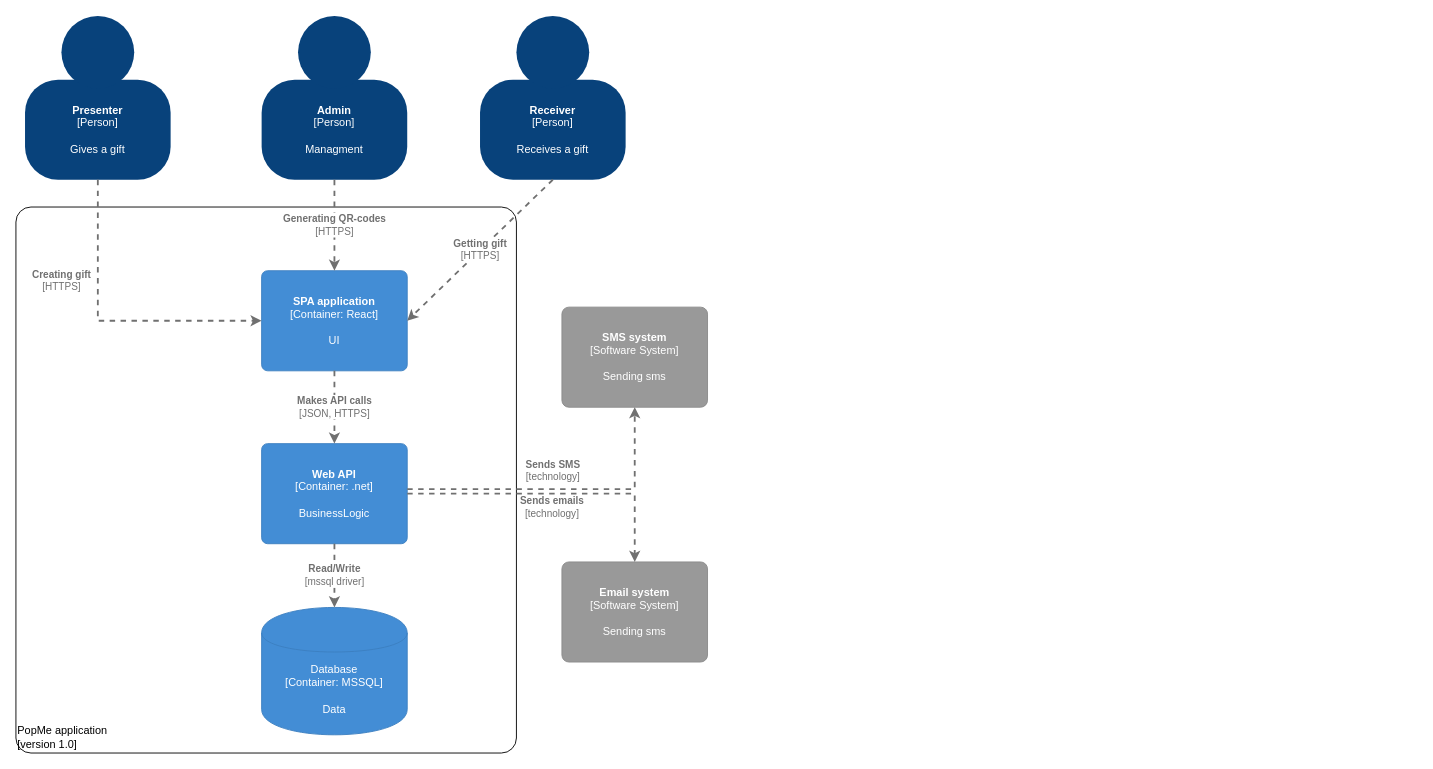
Before: Documentation/C4 - model.drawio in philomela/PopMe, a draw.io diagram. Source tidied: cells renumbered, new cells numbered last; positions are measured from the earlier drawing's top-left corner, leaving out a move shared by most shapes. Both pictures are drawn from the tidied source at 91%, with x=0, y=0 at pixel (15, 15).
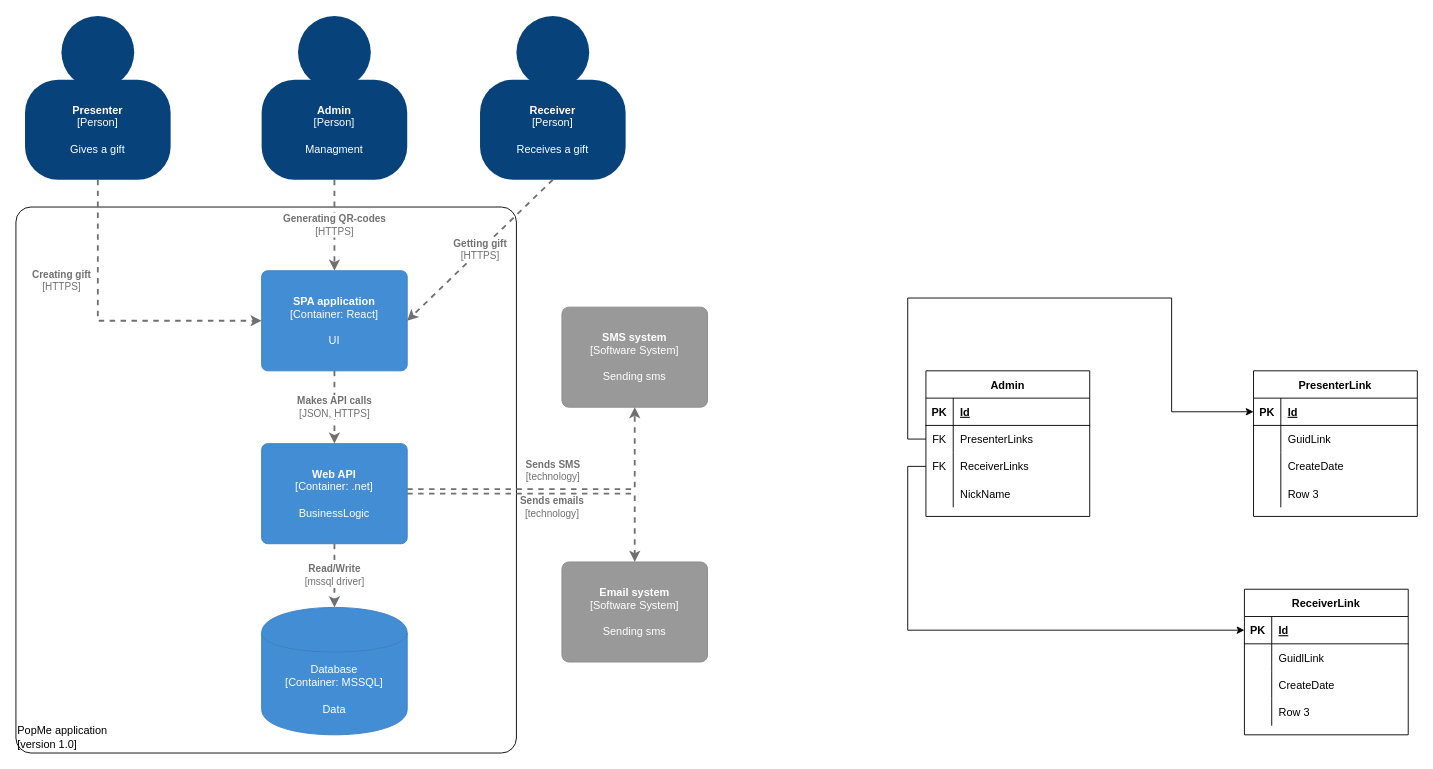
After the change.

Change to the diagram source:
```diff
@@
+    <mxCell id="24" value="Admin" style="shape=table;startSize=30;childLayout=tableLayout;rowLines=0;fontStyle=1;align=center;" parent="1" vertex="1">
+      <mxGeometry x="1000" y="390" width="180" height="160" as="geometry" />
+    </mxCell>
+    <mxCell id="25" style="shape=partialRectangle;fillColor=none;top=0;left=0;bottom=1;right=0;" parent="24" vertex="1">
+      <mxGeometry y="30" width="180" height="30" as="geometry" />
+    </mxCell>
+    <mxCell id="26" value="PK" style="shape=partialRectangle;fillColor=none;top=0;left=0;bottom=0;right=0;fontStyle=1;overflow=hidden;" parent="25" vertex="1">
+      <mxGeometry width="30" height="30" as="geometry" />
+    </mxCell>
+    <mxCell id="27" value="Id" style="shape=partialRectangle;fillColor=none;top=0;left=0;bottom=0;right=0;align=left;spacingLeft=6;fontStyle=5;overflow=hidden;" parent="25" vertex="1">
+      <mxGeometry x="30" width="150" height="30" as="geometry" />
+    </mxCell>
+    <mxCell id="28" style="shape=partialRectangle;fillColor=none;top=0;left=0;bottom=0;right=0;points=[[0,0.5],[1,0.5]];portConstraint=eastwest;" parent="24" vertex="1">
+      <mxGeometry y="60" width="180" height="30" as="geometry" />
+    </mxCell>
+    <mxCell id="29" value="FK" style="shape=partialRectangle;fillColor=none;top=0;left=0;bottom=0;right=0;overflow=hidden;" parent="28" vertex="1">
+      <mxGeometry width="30" height="30" as="geometry" />
+    </mxCell>
+    <mxCell id="30" value="PresenterLinks" style="shape=partialRectangle;fillColor=none;top=0;left=0;bottom=0;right=0;align=left;spacingLeft=6;overflow=hidden;" parent="28" vertex="1">
+      <mxGeometry x="30" width="150" height="30" as="geometry" />
+    </mxCell>
+    <mxCell id="31" style="shape=partialRectangle;fillColor=none;top=0;left=0;bottom=0;right=0;points=[[0,0.5],[1,0.5]];portConstraint=eastwest;" parent="24" vertex="1">
+      <mxGeometry y="90" width="180" height="30" as="geometry" />
+    </mxCell>
+    <mxCell id="32" value="FK" style="shape=partialRectangle;fillColor=none;top=0;left=0;bottom=0;right=0;overflow=hidden;" parent="31" vertex="1">
+      <mxGeometry width="30" height="30" as="geometry" />
+    </mxCell>
+    <mxCell id="33" value="ReceiverLinks" style="shape=partialRectangle;fillColor=none;top=0;left=0;bottom=0;right=0;align=left;spacingLeft=6;overflow=hidden;" parent="31" vertex="1">
+      <mxGeometry x="30" width="150" height="30" as="geometry" />
+    </mxCell>
+    <mxCell id="34" style="shape=partialRectangle;fillColor=none;top=0;left=0;bottom=0;right=0;" parent="24" vertex="1">
+      <mxGeometry y="120" width="180" height="30" as="geometry" />
+    </mxCell>
+    <mxCell id="35" style="shape=partialRectangle;fillColor=none;top=0;left=0;bottom=0;right=0;overflow=hidden;" parent="34" vertex="1">
+      <mxGeometry width="30" height="30" as="geometry" />
+    </mxCell>
+    <mxCell id="36" value="NickName" style="shape=partialRectangle;fillColor=none;top=0;left=0;bottom=0;right=0;align=left;spacingLeft=6;overflow=hidden;" parent="34" vertex="1">
+      <mxGeometry x="30" width="150" height="30" as="geometry" />
+    </mxCell>
+    <mxCell id="37" value="PresenterLink" style="shape=table;startSize=30;childLayout=tableLayout;rowLines=0;fontStyle=1;align=center;" parent="1" vertex="1">
+      <mxGeometry x="1360" y="390" width="180" height="160" as="geometry" />
+    </mxCell>
+    <mxCell id="38" style="shape=partialRectangle;fillColor=none;top=0;left=0;bottom=1;right=0;points=[[0,0.5],[1,0.5]];portConstraint=eastwest;" parent="37" vertex="1">
+      <mxGeometry y="30" width="180" height="30" as="geometry" />
+    </mxCell>
+    <mxCell id="39" value="PK" style="shape=partialRectangle;fillColor=none;top=0;left=0;bottom=0;right=0;fontStyle=1;overflow=hidden;" parent="38" vertex="1">
+      <mxGeometry width="30" height="30" as="geometry" />
+    </mxCell>
+    <mxCell id="40" value="Id" style="shape=partialRectangle;fillColor=none;top=0;left=0;bottom=0;right=0;align=left;spacingLeft=6;fontStyle=5;overflow=hidden;" parent="38" vertex="1">
+      <mxGeometry x="30" width="150" height="30" as="geometry" />
+    </mxCell>
+    <mxCell id="41" style="shape=partialRectangle;fillColor=none;top=0;left=0;bottom=0;right=0;" parent="37" vertex="1">
+      <mxGeometry y="60" width="180" height="30" as="geometry" />
+    </mxCell>
+    <mxCell id="42" style="shape=partialRectangle;fillColor=none;top=0;left=0;bottom=0;right=0;overflow=hidden;" parent="41" vertex="1">
+      <mxGeometry width="30" height="30" as="geometry" />
+    </mxCell>
+    <mxCell id="43" value="GuidLink" style="shape=partialRectangle;fillColor=none;top=0;left=0;bottom=0;right=0;align=left;spacingLeft=6;overflow=hidden;" parent="41" vertex="1">
+      <mxGeometry x="30" width="150" height="30" as="geometry" />
+    </mxCell>
+    <mxCell id="44" style="shape=partialRectangle;fillColor=none;top=0;left=0;bottom=0;right=0;" parent="37" vertex="1">
+      <mxGeometry y="90" width="180" height="30" as="geometry" />
+    </mxCell>
+    <mxCell id="45" style="shape=partialRectangle;fillColor=none;top=0;left=0;bottom=0;right=0;overflow=hidden;" parent="44" vertex="1">
+      <mxGeometry width="30" height="30" as="geometry" />
+    </mxCell>
+    <mxCell id="46" value="CreateDate" style="shape=partialRectangle;fillColor=none;top=0;left=0;bottom=0;right=0;align=left;spacingLeft=6;overflow=hidden;" parent="44" vertex="1">
+      <mxGeometry x="30" width="150" height="30" as="geometry" />
+    </mxCell>
+    <mxCell id="47" style="shape=partialRectangle;fillColor=none;top=0;left=0;bottom=0;right=0;" parent="37" vertex="1">
+      <mxGeometry y="120" width="180" height="30" as="geometry" />
+    </mxCell>
+    <mxCell id="48" style="shape=partialRectangle;fillColor=none;top=0;left=0;bottom=0;right=0;overflow=hidden;" parent="47" vertex="1">
+      <mxGeometry width="30" height="30" as="geometry" />
+    </mxCell>
+    <mxCell id="49" value="Row 3" style="shape=partialRectangle;fillColor=none;top=0;left=0;bottom=0;right=0;align=left;spacingLeft=6;overflow=hidden;" parent="47" vertex="1">
+      <mxGeometry x="30" width="150" height="30" as="geometry" />
+    </mxCell>
+    <mxCell id="50" value="ReceiverLink" style="shape=table;startSize=30;childLayout=tableLayout;rowLines=0;fontStyle=1;align=center;" parent="1" vertex="1">
+      <mxGeometry x="1350" y="630" width="180" height="160" as="geometry" />
+    </mxCell>
+    <mxCell id="51" style="shape=partialRectangle;fillColor=none;top=0;left=0;bottom=1;right=0;points=[[0,0.5],[1,0.5]];portConstraint=eastwest;" parent="50" vertex="1">
+      <mxGeometry y="30" width="180" height="30" as="geometry" />
+    </mxCell>
+    <mxCell id="52" value="PK" style="shape=partialRectangle;fillColor=none;top=0;left=0;bottom=0;right=0;fontStyle=1;overflow=hidden;" parent="51" vertex="1">
+      <mxGeometry width="30" height="30" as="geometry" />
+    </mxCell>
+    <mxCell id="53" value="Id" style="shape=partialRectangle;fillColor=none;top=0;left=0;bottom=0;right=0;align=left;spacingLeft=6;fontStyle=5;overflow=hidden;" parent="51" vertex="1">
+      <mxGeometry x="30" width="150" height="30" as="geometry" />
+    </mxCell>
+    <mxCell id="54" style="shape=partialRectangle;fillColor=none;top=0;left=0;bottom=0;right=0;" parent="50" vertex="1">
+      <mxGeometry y="60" width="180" height="30" as="geometry" />
+    </mxCell>
+    <mxCell id="55" style="shape=partialRectangle;fillColor=none;top=0;left=0;bottom=0;right=0;overflow=hidden;" parent="54" vertex="1">
+      <mxGeometry width="30" height="30" as="geometry" />
+    </mxCell>
+    <mxCell id="56" value="GuidlLink" style="shape=partialRectangle;fillColor=none;top=0;left=0;bottom=0;right=0;align=left;spacingLeft=6;overflow=hidden;" parent="54" vertex="1">
+      <mxGeometry x="30" width="150" height="30" as="geometry" />
+    </mxCell>
+    <mxCell id="57" style="shape=partialRectangle;fillColor=none;top=0;left=0;bottom=0;right=0;" parent="50" vertex="1">
+      <mxGeometry y="90" width="180" height="30" as="geometry" />
+    </mxCell>
+    <mxCell id="58" style="shape=partialRectangle;fillColor=none;top=0;left=0;bottom=0;right=0;overflow=hidden;" parent="57" vertex="1">
+      <mxGeometry width="30" height="30" as="geometry" />
+    </mxCell>
+    <mxCell id="59" value="CreateDate" style="shape=partialRectangle;fillColor=none;top=0;left=0;bottom=0;right=0;align=left;spacingLeft=6;overflow=hidden;" parent="57" vertex="1">
+      <mxGeometry x="30" width="150" height="30" as="geometry" />
+    </mxCell>
+    <mxCell id="60" style="shape=partialRectangle;fillColor=none;top=0;left=0;bottom=0;right=0;" parent="50" vertex="1">
+      <mxGeometry y="120" width="180" height="30" as="geometry" />
+    </mxCell>
+    <mxCell id="61" style="shape=partialRectangle;fillColor=none;top=0;left=0;bottom=0;right=0;overflow=hidden;" parent="60" vertex="1">
+      <mxGeometry width="30" height="30" as="geometry" />
+    </mxCell>
+    <mxCell id="62" value="Row 3" style="shape=partialRectangle;fillColor=none;top=0;left=0;bottom=0;right=0;align=left;spacingLeft=6;overflow=hidden;" parent="60" vertex="1">
+      <mxGeometry x="30" width="150" height="30" as="geometry" />
+    </mxCell>
+    <mxCell id="63" style="edgeStyle=orthogonalEdgeStyle;rounded=0;jettySize=auto;html=1;exitX=0;exitY=0.5;exitDx=0;exitDy=0;entryX=0;entryY=0.5;entryDx=0;entryDy=0;" parent="1" edge="1" source="28" target="38">
+      <mxGeometry relative="1" as="geometry">
+        <Array as="points">
+          <mxPoint x="980" y="465" />
+          <mxPoint x="980" y="310" />
+          <mxPoint x="1270" y="310" />
+          <mxPoint x="1270" y="435" />
+        </Array>
+      </mxGeometry>
+    </mxCell>
+    <mxCell id="64" style="edgeStyle=orthogonalEdgeStyle;rounded=0;jettySize=auto;html=1;exitX=0;exitY=0.5;exitDx=0;exitDy=0;entryX=0;entryY=0.5;entryDx=0;entryDy=0;" parent="1" edge="1" source="31" target="51">
+      <mxGeometry relative="1" as="geometry" />
+    </mxCell>
```
